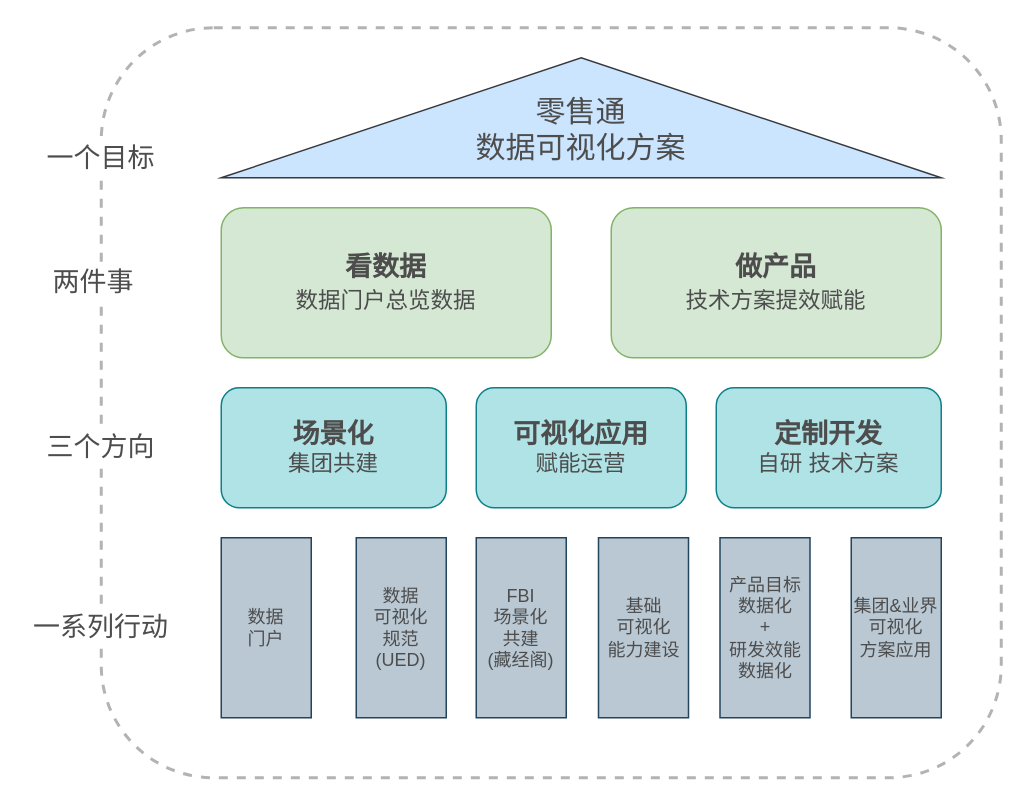
Above: 可视化大纲.drawio in zzuwzj/draw (draw.io), before the change. Source tidied: cells renumbered, new cells numbered last; positions are measured from the earlier drawing's top-left corner, leaving out a move shared by most shapes. Both pictures are drawn from the tidied source at 150%, with x=0, y=0 at pixel (26, -243).
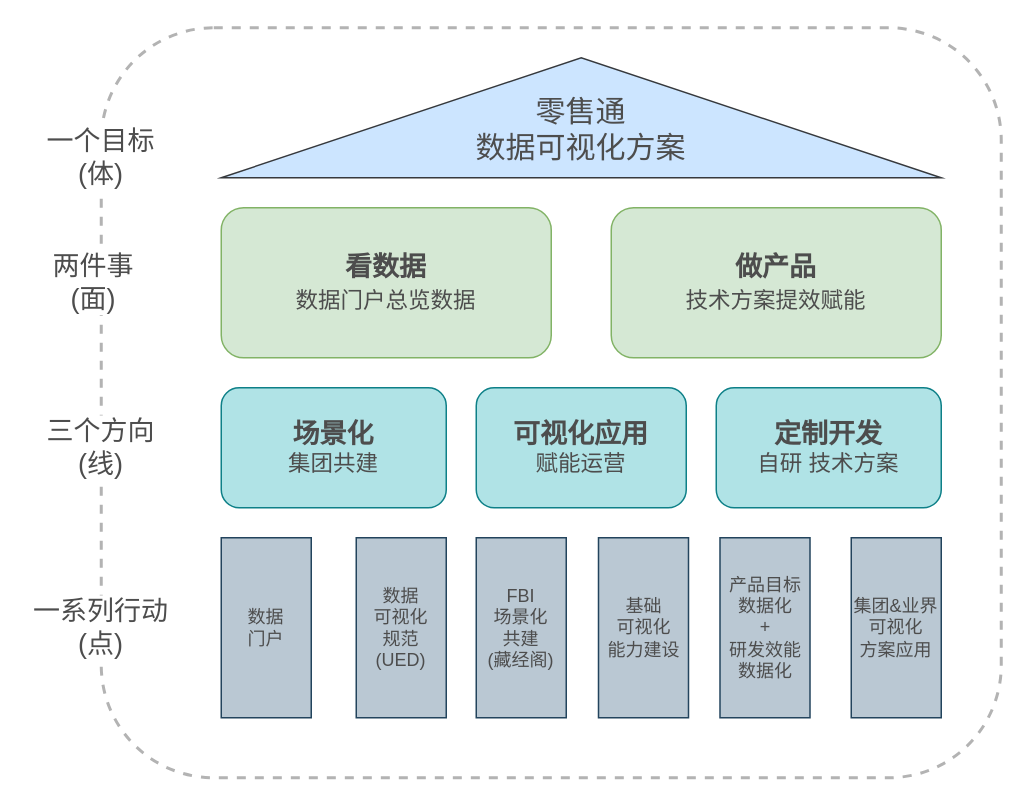
The same diagram, later.

Commit message:
Added 可视化大纲.drawio

What changed in the source:
```diff
@@
 <mxGraphModel>
   <root>
     <mxCell id="0" />
     <mxCell id="1" parent="0" />
     <mxCell id="2" style="rounded=1;whiteSpace=wrap;html=1;fillColor=none;strokeWidth=2;strokeColor=#B3B3B3;dashed=1;fontColor=#4D4D4D;" parent="1" vertex="1">
       <mxGeometry x="50" y="180" width="600" height="500" as="geometry" />
     </mxCell>
     <mxCell id="3" style="triangle;whiteSpace=wrap;html=1;rotation=-90;fillColor=#cce5ff;strokeColor=#36393d;fontColor=#4D4D4D;" parent="1" vertex="1">
       <mxGeometry x="330" width="80" height="480" as="geometry" />
     </mxCell>
     <mxCell id="4" value="&lt;font style=&quot;font-size: 18px&quot;&gt;&lt;b&gt;看数据&lt;/b&gt;&lt;/font&gt;&lt;br style=&quot;font-size: 16px&quot;&gt;&lt;font style=&quot;font-size: 15px&quot;&gt;数据门户总览数据&lt;/font&gt;&lt;br style=&quot;font-size: 16px&quot;&gt;" style="rounded=1;whiteSpace=wrap;html=1;fillColor=#d5e8d4;strokeColor=#82b366;fontSize=16;fontColor=#4D4D4D;" parent="1" vertex="1">
       <mxGeometry x="130" y="300" width="220" height="100" as="geometry" />
     </mxCell>
     <mxCell id="5" value="&lt;font style=&quot;font-size: 18px&quot;&gt;&lt;b&gt;做产品&lt;/b&gt;&lt;/font&gt;&lt;br style=&quot;font-size: 16px&quot;&gt;&lt;font style=&quot;font-size: 15px&quot;&gt;技术方案提效赋能&lt;/font&gt;&lt;br style=&quot;font-size: 16px&quot;&gt;" style="rounded=1;whiteSpace=wrap;html=1;fillColor=#d5e8d4;strokeColor=#82b366;fontSize=16;fontColor=#4D4D4D;" parent="1" vertex="1">
       <mxGeometry x="390" y="300" width="220" height="100" as="geometry" />
     </mxCell>
     <mxCell id="6" value="&lt;b&gt;&lt;font style=&quot;font-size: 18px&quot;&gt;场景化&lt;/font&gt;&lt;/b&gt;&lt;br style=&quot;font-size: 15px&quot;&gt;集团共建&lt;br style=&quot;font-size: 15px&quot;&gt;" style="rounded=1;whiteSpace=wrap;html=1;fillColor=#b0e3e6;strokeColor=#0e8088;fontColor=#4D4D4D;fontSize=15;" parent="1" vertex="1">
       <mxGeometry x="130" y="420" width="150" height="80" as="geometry" />
     </mxCell>
     <mxCell id="7" value="&lt;font style=&quot;font-size: 18px&quot;&gt;&lt;b&gt;可视化应用&lt;/b&gt;&lt;/font&gt;&lt;br style=&quot;font-size: 15px&quot;&gt;赋能运营" style="rounded=1;whiteSpace=wrap;html=1;fillColor=#b0e3e6;strokeColor=#0e8088;fontColor=#4D4D4D;fontSize=15;" parent="1" vertex="1">
       <mxGeometry x="300" y="420" width="140" height="80" as="geometry" />
     </mxCell>
     <mxCell id="8" value="&lt;font style=&quot;font-size: 18px&quot;&gt;&lt;b&gt;定制开发&lt;/b&gt;&lt;/font&gt;&lt;br style=&quot;font-size: 15px&quot;&gt;自研 技术方案&lt;br style=&quot;font-size: 15px&quot;&gt;" style="rounded=1;whiteSpace=wrap;html=1;fillColor=#b0e3e6;strokeColor=#0e8088;fontColor=#4D4D4D;fontSize=15;" parent="1" vertex="1">
       <mxGeometry x="460" y="420" width="150" height="80" as="geometry" />
     </mxCell>
     <mxCell id="9" value="数据&lt;br&gt;门户" style="rounded=0;whiteSpace=wrap;html=1;flipH=1;flipV=1;fillColor=#bac8d3;strokeColor=#23445d;fontColor=#4D4D4D;" parent="1" vertex="1">
       <mxGeometry x="130" y="520" width="60" height="120" as="geometry" />
     </mxCell>
     <mxCell id="10" value="数据&lt;br&gt;可视化&lt;br&gt;规范&lt;br&gt;(UED)&lt;br&gt;" style="rounded=0;whiteSpace=wrap;html=1;flipH=1;flipV=1;fillColor=#bac8d3;strokeColor=#23445d;fontColor=#4D4D4D;" parent="1" vertex="1">
       <mxGeometry x="220" y="520" width="60" height="120" as="geometry" />
     </mxCell>
     <mxCell id="11" value="FBI&lt;br&gt;场景化&lt;br&gt;共建&lt;br&gt;(藏经阁)&lt;br&gt;" style="rounded=0;whiteSpace=wrap;html=1;flipH=1;flipV=1;fillColor=#bac8d3;strokeColor=#23445d;fontColor=#4D4D4D;" parent="1" vertex="1">
       <mxGeometry x="300" y="520" width="60" height="120" as="geometry" />
     </mxCell>
     <mxCell id="12" value="基础&lt;br&gt;可视化&lt;br&gt;能力建设" style="rounded=0;whiteSpace=wrap;html=1;flipH=1;flipV=1;fillColor=#bac8d3;strokeColor=#23445d;fontColor=#4D4D4D;" parent="1" vertex="1">
       <mxGeometry x="381.5" y="520" width="60" height="120" as="geometry" />
     </mxCell>
     <mxCell id="13" value="产品目标&lt;br&gt;数据化&lt;br&gt;+&lt;br&gt;研发效能&lt;br&gt;数据化&lt;br&gt;" style="rounded=0;whiteSpace=wrap;html=1;flipH=1;flipV=1;fillColor=#bac8d3;strokeColor=#23445d;fontColor=#4D4D4D;" parent="1" vertex="1">
       <mxGeometry x="462.5" y="520" width="60" height="120" as="geometry" />
     </mxCell>
     <mxCell id="14" value="集团&amp;amp;业界&lt;br&gt;可视化&lt;br&gt;方案应用&lt;br&gt;" style="rounded=0;whiteSpace=wrap;html=1;flipH=1;flipV=1;fillColor=#bac8d3;strokeColor=#23445d;fontColor=#4D4D4D;" parent="1" vertex="1">
       <mxGeometry x="550" y="520" width="60" height="120" as="geometry" />
     </mxCell>
     <mxCell id="15" value="零售通&lt;br style=&quot;font-size: 20px;&quot;&gt;数据可视化方案" style="text;html=1;strokeColor=none;fillColor=none;align=center;verticalAlign=middle;whiteSpace=wrap;rounded=0;dashed=1;fontSize=20;fontColor=#4D4D4D;" parent="1" vertex="1">
       <mxGeometry x="295" y="237" width="150" height="20" as="geometry" />
     </mxCell>
-    <mxCell id="16" value="一个目标" style="text;html=1;strokeColor=none;fillColor=none;align=center;verticalAlign=middle;whiteSpace=wrap;rounded=0;dashed=1;fontSize=18;fontColor=#4D4D4D;labelBackgroundColor=#ffffff;spacing=2;spacingBottom=0;labelBorderColor=none;" parent="1" vertex="1">
+    <mxCell id="16" value="一个目标&lt;br&gt;(体)&lt;br&gt;" style="text;html=1;strokeColor=none;fillColor=none;align=center;verticalAlign=middle;whiteSpace=wrap;rounded=0;dashed=1;fontSize=18;fontColor=#4D4D4D;labelBackgroundColor=#ffffff;spacing=2;spacingBottom=0;labelBorderColor=none;" parent="1" vertex="1">
       <mxGeometry x="5" y="257" width="90" height="20" as="geometry" />
     </mxCell>
-    <mxCell id="17" value="两件事" style="text;html=1;strokeColor=none;fillColor=none;align=center;verticalAlign=middle;whiteSpace=wrap;rounded=0;dashed=1;fontSize=18;fontColor=#4D4D4D;labelBackgroundColor=#ffffff;" parent="1" vertex="1">
+    <mxCell id="17" value="两件事&lt;br&gt;(面)&lt;br&gt;" style="text;html=1;strokeColor=none;fillColor=none;align=center;verticalAlign=middle;whiteSpace=wrap;rounded=0;dashed=1;fontSize=18;fontColor=#4D4D4D;labelBackgroundColor=#ffffff;" parent="1" vertex="1">
       <mxGeometry y="340" width="90" height="20" as="geometry" />
     </mxCell>
-    <mxCell id="18" value="三个方向" style="text;html=1;strokeColor=none;fillColor=none;align=center;verticalAlign=middle;whiteSpace=wrap;rounded=0;dashed=1;fontSize=18;fontColor=#4D4D4D;labelBackgroundColor=#ffffff;" parent="1" vertex="1">
+    <mxCell id="18" value="三个方向&lt;br&gt;(线)&lt;br&gt;" style="text;html=1;strokeColor=none;fillColor=none;align=center;verticalAlign=middle;whiteSpace=wrap;rounded=0;dashed=1;fontSize=18;fontColor=#4D4D4D;labelBackgroundColor=#ffffff;" parent="1" vertex="1">
       <mxGeometry x="5" y="450" width="90" height="20" as="geometry" />
     </mxCell>
-    <mxCell id="19" value="一系列行动" style="text;html=1;strokeColor=none;fillColor=none;align=center;verticalAlign=middle;whiteSpace=wrap;rounded=0;dashed=1;fontSize=18;fontColor=#4D4D4D;labelBackgroundColor=#ffffff;" parent="1" vertex="1">
+    <mxCell id="19" value="一系列行动&lt;br&gt;(点)&lt;br&gt;" style="text;html=1;strokeColor=none;fillColor=none;align=center;verticalAlign=middle;whiteSpace=wrap;rounded=0;dashed=1;fontSize=18;fontColor=#4D4D4D;labelBackgroundColor=#ffffff;" parent="1" vertex="1">
       <mxGeometry y="570" width="100" height="20" as="geometry" />
     </mxCell>
   </root>
 </mxGraphModel>
```
